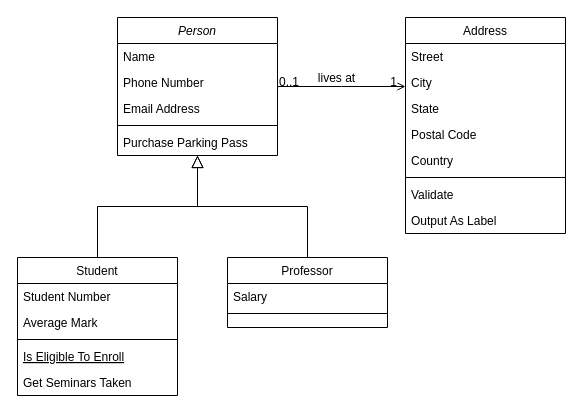
Earlier version of the draw.io diagram simple-ribbon-ribbon.drawio (maodunUi/myDraw). Source tidied: cells renumbered, new cells numbered last; positions are measured from the earlier drawing's top-left corner, leaving out a move shared by most shapes. Both pictures are drawn from the tidied source at 100%, with x=0, y=0 at pixel (17, 17).
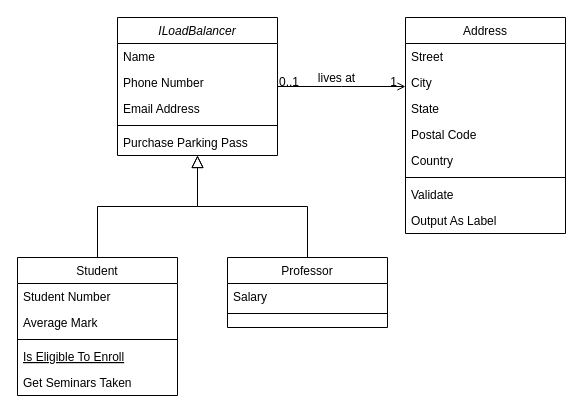
After the change.

The edit, as a diff of the source:
```diff
@@
-    <mxCell id="2" value="Person" style="swimlane;fontStyle=2;align=center;verticalAlign=top;horizontal=1;startSize=26;rounded=0;shadow=0;strokeWidth=1;" parent="1" vertex="1">
+    <mxCell id="2" value="ILoadBalancer" style="swimlane;fontStyle=2;align=center;verticalAlign=top;horizontal=1;startSize=26;rounded=0;shadow=0;strokeWidth=1;" parent="1" vertex="1">
       <mxGeometry x="100" width="160" height="138" as="geometry" />
     </mxCell>
```
